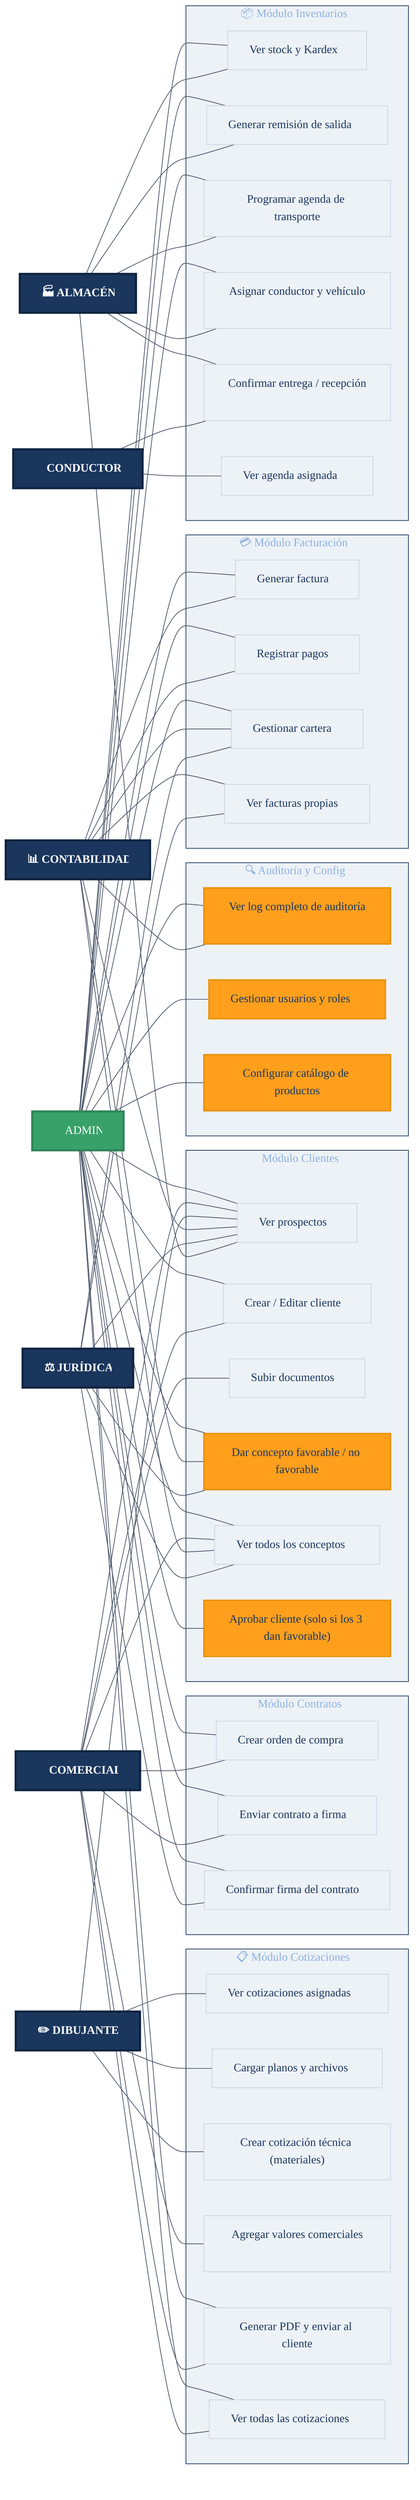
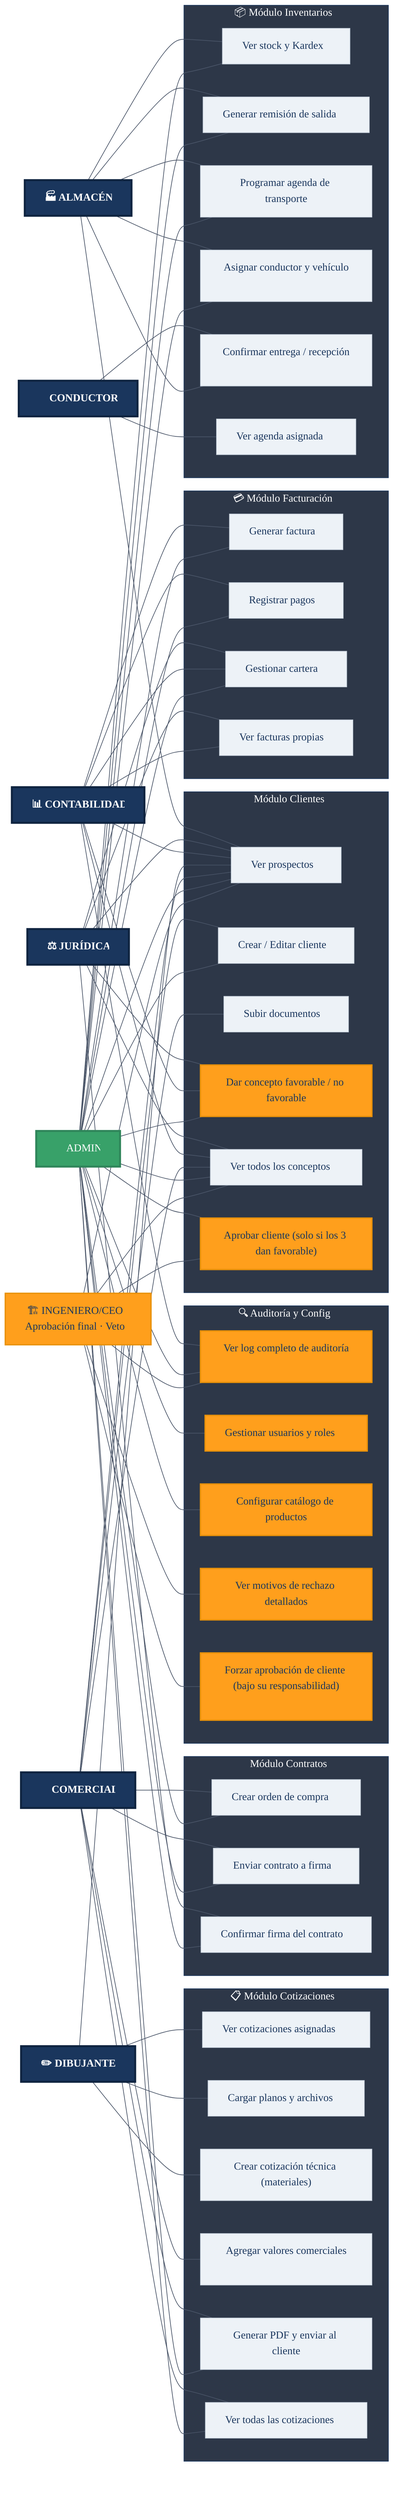
%%{init: {
  'theme': 'base',
  'themeVariables': {
    'primaryColor': '#1A365D',
    'primaryTextColor': '#FFFFFF',
    'primaryBorderColor': '#1A365D',
    'lineColor': '#4A5568',
    'secondaryColor': '#EDF2F7',
-     'clusterBkg': '#EDF2F7',
+     'clusterBkg': '#2D3748',
    'clusterBorder': '#1A365D',
+     'titleColor': '#FFFFFF',
+     'edgeLabelBackground': '#F7FAFC',
    'fontFamily': 'Montserrat, sans-serif'
  }
}}%%

graph LR
    classDef rol        fill:#1A365D,color:#FFFFFF,stroke:#0F2440,stroke-width:3px,font-weight:bold
    classDef modulo     fill:#4A5568,color:#FFFFFF,stroke:#2D3748,stroke-width:2px
    classDef accion     fill:#EDF2F7,color:#1A365D,stroke:#CBD5E0,stroke-width:1px
    classDef critico    fill:#FF9F1C,color:#1A365D,stroke:#E8910A,stroke-width:2px
    classDef admin      fill:#38A169,color:#FFFFFF,stroke:#2F855A,stroke-width:3px

    %% ── ROLES
+     R_CEO["🏗️ INGENIERO/CEO\nAprobación final · Veto"]:::critico
    R_ADMIN["👑 ADMIN"]:::admin
    R_COM["💼 COMERCIAL"]:::rol
    R_DIB["✏️ DIBUJANTE"]:::rol
    R_CONT["📊 CONTABILIDAD"]:::rol
    R_JUR["⚖️ JURÍDICA"]:::rol
    R_ALM["🏭 ALMACÉN"]:::rol
    R_COND["🚛 CONDUCTOR"]:::rol

    %% ── MÓDULOS Y ACCIONES

    subgraph MOD_CLI["👥 Módulo Clientes"]
        MC1["Ver prospectos"]:::accion
        MC2["Crear / Editar cliente"]:::accion
        MC3["Subir documentos"]:::accion
        MC4["Dar concepto favorable / no favorable"]:::critico
        MC5["Ver todos los conceptos"]:::accion
        MC6["Aprobar cliente (solo si los 3 dan favorable)"]:::critico
    end

    subgraph MOD_COT["📋 Módulo Cotizaciones"]
        CQ1["Ver cotizaciones asignadas"]:::accion
        CQ2["Cargar planos y archivos"]:::accion
        CQ3["Crear cotización técnica (materiales)"]:::accion
        CQ4["Agregar valores comerciales"]:::accion
        CQ5["Generar PDF y enviar al cliente"]:::accion
        CQ6["Ver todas las cotizaciones"]:::accion
    end

    subgraph MOD_CONT["📝 Módulo Contratos"]
        CT1["Crear orden de compra"]:::accion
        CT2["Enviar contrato a firma"]:::accion
        CT3["Confirmar firma del contrato"]:::accion
    end

    subgraph MOD_INV["📦 Módulo Inventarios"]
        IV1["Ver stock y Kardex"]:::accion
        IV2["Generar remisión de salida"]:::accion
        IV3["Programar agenda de transporte"]:::accion
        IV4["Asignar conductor y vehículo"]:::accion
        IV5["Confirmar entrega / recepción"]:::accion
        IV6["Ver agenda asignada"]:::accion
    end

    subgraph MOD_FAC["💳 Módulo Facturación"]
        FA1["Generar factura"]:::accion
        FA2["Registrar pagos"]:::accion
        FA3["Gestionar cartera"]:::accion
        FA4["Ver facturas propias"]:::accion
    end

    subgraph MOD_AUD["🔍 Auditoría y Config"]
        AU1["Ver log completo de auditoría"]:::critico
        AU2["Gestionar usuarios y roles"]:::critico
        AU3["Configurar catálogo de productos"]:::critico
+         AU4["Ver motivos de rechazo detallados"]:::critico
+         AU5["Forzar aprobación de cliente (bajo su responsabilidad)"]:::critico
    end

    %% ── PERMISOS POR ROL
+     R_CEO --- MC1 & MC5 & MC6
+     R_CEO --- AU1 & AU4 & AU5
+ 
    R_ADMIN --- MC1 & MC2 & MC4 & MC5 & MC6
    R_ADMIN --- CQ5 & CQ6
    R_ADMIN --- CT1 & CT2 & CT3
    R_ADMIN --- IV1 & IV2 & IV3 & IV4
    R_ADMIN --- FA1 & FA2 & FA3
    R_ADMIN --- AU1 & AU2 & AU3

    R_COM --- MC1 & MC2 & MC3 & MC5
    R_COM --- CQ4 & CQ5 & CQ6
    R_COM --- CT1 & CT2

    R_DIB --- CQ1 & CQ2 & CQ3
    R_DIB --- MC1

    R_CONT --- MC1 & MC4 & MC5
    R_CONT --- FA1 & FA2 & FA3 & FA4
    R_CONT --- AU1

    R_JUR --- MC1 & MC4 & MC5
    R_JUR --- CT3
    R_JUR --- FA3 & FA4

    R_ALM --- IV1 & IV2 & IV3 & IV4 & IV5
    R_ALM --- MC1

    R_COND --- IV6 & IV5
